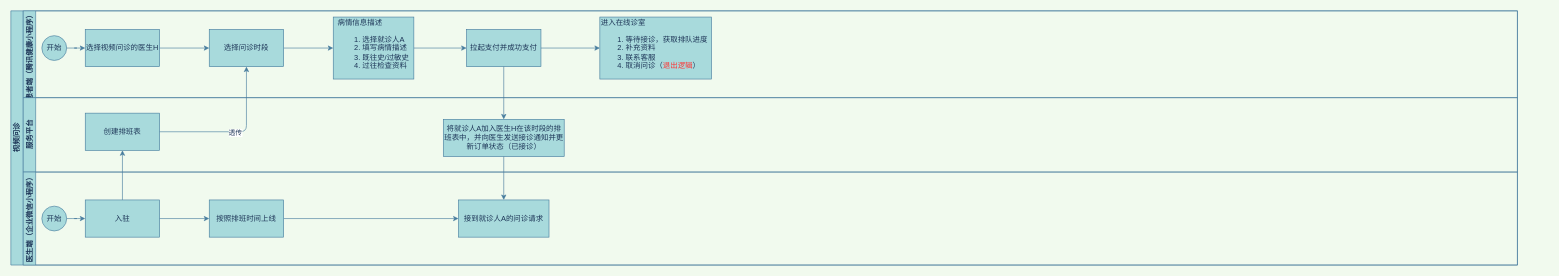
Above: 视频问诊V_1_1.drawio in DongFuDong/flow (draw.io), before the change. Source tidied: cells renumbered, new cells numbered last; positions are measured from the earlier drawing's top-left corner, leaving out a move shared by most shapes. Both pictures are drawn from the tidied source at 62%, with x=0, y=0 at pixel (11, 11).
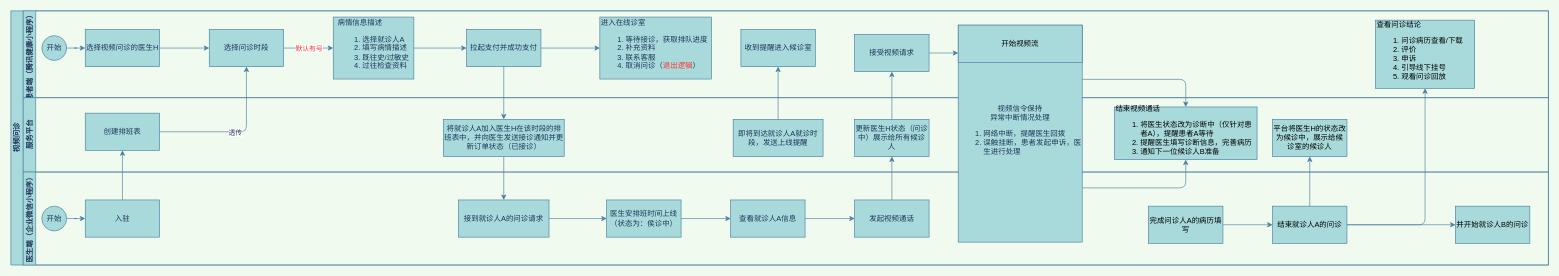
The same page after the edit.

The change refers to these unchanged cells:
```xml
<mxCell id="19" value="入驻" style="whiteSpace=wrap;html=1;fontColor=#1D3557;strokeColor=#457B9D;fillColor=#A8DADC;" parent="16" vertex="1">
  <mxGeometry x="100" y="45" width="120" height="60" as="geometry" />
</mxCell>
<mxCell id="22" value="接到就诊人A的问诊请求" style="whiteSpace=wrap;html=1;fontColor=#1D3557;strokeColor=#457B9D;fillColor=#A8DADC;" parent="16" vertex="1">
  <mxGeometry x="702" y="45" width="146" height="60" as="geometry" />
</mxCell>
<mxCell id="23" style="edgeStyle=orthogonalEdgeStyle;curved=0;rounded=1;sketch=0;jettySize=auto;html=1;fontColor=#1D3557;strokeColor=#457B9D;fillColor=#A8DADC;" parent="1" edge="1" source="24" target="8">
  <mxGeometry relative="1" as="geometry" />
</mxCell>
```

What changed in the source:
```diff
@@
     <mxCell id="2" value="视频问诊" style="swimlane;html=1;horizontal=0;startSize=20;fillColor=#A8DADC;strokeColor=#457B9D;fontColor=#1D3557;align=center;" parent="1" vertex="1">
-      <mxGeometry width="2430" height="410" as="geometry" />
+      <mxGeometry width="2480" height="410" as="geometry" />
     </mxCell>
     <mxCell id="3" value="患者端（腾讯健康小程序）" style="swimlane;html=1;startSize=20;horizontal=0;fillColor=#A8DADC;strokeColor=#457B9D;fontColor=#1D3557;align=right;" parent="2" vertex="1">
-      <mxGeometry x="20" width="2410" height="140" as="geometry" />
+      <mxGeometry x="20" width="2460" height="140" as="geometry" />
     </mxCell>
@@
+    <mxCell id="31" value="收到提醒进入候诊室" style="whiteSpace=wrap;html=1;fontColor=#1D3557;strokeColor=#457B9D;fillColor=#A8DADC;" parent="3" vertex="1">
+      <mxGeometry x="1157.5" y="30" width="120" height="60" as="geometry" />
+    </mxCell>
+    <mxCell id="32" value="&lt;span&gt;查看问诊结论&lt;br&gt;&lt;ol&gt;&lt;li style=&quot;&quot;&gt;&lt;span&gt;问诊病历查看/下载&lt;/span&gt;&lt;/li&gt;&lt;li style=&quot;&quot;&gt;&lt;span&gt;评价&lt;/span&gt;&lt;/li&gt;&lt;li style=&quot;&quot;&gt;&lt;span&gt;申诉&lt;/span&gt;&lt;/li&gt;&lt;li style=&quot;&quot;&gt;&lt;span&gt;引导线下挂号&lt;/span&gt;&lt;/li&gt;&lt;li style=&quot;&quot;&gt;&lt;span&gt;观看问诊回放&lt;/span&gt;&lt;/li&gt;&lt;/ol&gt;&lt;/span&gt;" style="whiteSpace=wrap;html=1;rounded=0;fontColor=#000000;strokeColor=#457B9D;fillColor=#A8DADC;sketch=0;align=left;" parent="3" vertex="1">
+      <mxGeometry x="2181" y="15" width="160" height="110" as="geometry" />
+    </mxCell>
     <mxCell id="12" value="服务平台" style="swimlane;html=1;startSize=20;horizontal=0;fillColor=#A8DADC;strokeColor=#457B9D;fontColor=#1D3557;" parent="2" vertex="1">
-      <mxGeometry x="20" y="140" width="2410" height="120" as="geometry" />
+      <mxGeometry x="20" y="140" width="2460" height="120" as="geometry" />
     </mxCell>
@@
+    <mxCell id="33" value="即将到达就诊人A就诊时段，发送上线提醒" style="whiteSpace=wrap;html=1;fontColor=#1D3557;strokeColor=#457B9D;fillColor=#A8DADC;" parent="12" vertex="1">
+      <mxGeometry x="1145" y="35" width="145" height="60" as="geometry" />
+    </mxCell>
+    <mxCell id="34" value="更新医生H状态（问诊中）展示给所有候诊人" style="whiteSpace=wrap;html=1;fontColor=#1D3557;strokeColor=#457B9D;fillColor=#A8DADC;" parent="12" vertex="1">
+      <mxGeometry x="1341" y="35" width="120" height="60" as="geometry" />
+    </mxCell>
+    <mxCell id="35" value="结束视频通话&lt;br&gt;&lt;ol&gt;&lt;li&gt;将医生状态改为诊断中（仅针对患者A），提醒患者A等待&lt;/li&gt;&lt;li&gt;提醒医生填写诊断信息，完善病历&lt;/li&gt;&lt;li&gt;通知下一位候诊人B准备&lt;/li&gt;&lt;/ol&gt;" style="rounded=0;whiteSpace=wrap;html=1;sketch=0;fontColor=#000000;strokeColor=#457B9D;fillColor=#A8DADC;align=left;" parent="12" vertex="1">
+      <mxGeometry x="1760" y="15" width="230" height="85" as="geometry" />
+    </mxCell>
@@
     <mxCell id="16" value="医生端（企业微信小程序）" style="swimlane;html=1;startSize=20;horizontal=0;fillColor=#A8DADC;strokeColor=#457B9D;fontColor=#1D3557;" parent="2" vertex="1">
-      <mxGeometry x="20" y="260" width="2410" height="150" as="geometry" />
+      <mxGeometry x="20" y="260" width="2460" height="150" as="geometry" />
     </mxCell>
@@
+    <mxCell id="36" style="edgeStyle=orthogonalEdgeStyle;curved=0;rounded=1;sketch=0;jettySize=auto;html=1;fontColor=#FF3333;strokeColor=#457B9D;fillColor=#A8DADC;" parent="16" edge="1" source="22" target="37">
+      <mxGeometry relative="1" as="geometry" />
+    </mxCell>
@@
+    <mxCell id="37" value="医生安排班时间上线（状态为：侯诊中）" style="whiteSpace=wrap;html=1;fontColor=#1D3557;strokeColor=#457B9D;fillColor=#A8DADC;" parent="16" vertex="1">
+      <mxGeometry x="941" y="45" width="120" height="60" as="geometry" />
+    </mxCell>
+    <mxCell id="38" style="edgeStyle=orthogonalEdgeStyle;curved=0;rounded=1;sketch=0;jettySize=auto;html=1;fontColor=#000000;strokeColor=#457B9D;fillColor=#A8DADC;" parent="16" edge="1" source="39" target="41">
+      <mxGeometry relative="1" as="geometry" />
+    </mxCell>
+    <mxCell id="39" value="完成问诊人A的病历填写" style="rounded=0;whiteSpace=wrap;html=1;sketch=0;fontColor=#000000;strokeColor=#457B9D;fillColor=#A8DADC;" parent="16" vertex="1">
+      <mxGeometry x="1815" y="55" width="120" height="60" as="geometry" />
+    </mxCell>
+    <mxCell id="40" style="edgeStyle=orthogonalEdgeStyle;curved=0;rounded=1;sketch=0;jettySize=auto;html=1;fontColor=#000000;strokeColor=#457B9D;fillColor=#A8DADC;" parent="16" edge="1" source="41" target="42">
+      <mxGeometry relative="1" as="geometry" />
+    </mxCell>
+    <mxCell id="41" value="结束就诊人A的问诊" style="whiteSpace=wrap;html=1;rounded=0;fontColor=#000000;strokeColor=#457B9D;fillColor=#A8DADC;sketch=0;" parent="16" vertex="1">
+      <mxGeometry x="2015" y="55" width="120" height="60" as="geometry" />
+    </mxCell>
+    <mxCell id="42" value="&lt;span&gt;并开始就诊人B的问诊&lt;/span&gt;" style="whiteSpace=wrap;html=1;rounded=0;fontColor=#000000;strokeColor=#457B9D;fillColor=#A8DADC;sketch=0;" parent="16" vertex="1">
+      <mxGeometry x="2310" y="55" width="120" height="60" as="geometry" />
+    </mxCell>
+    <mxCell id="43" style="edgeStyle=orthogonalEdgeStyle;curved=0;rounded=1;sketch=0;jettySize=auto;html=1;fontColor=#FF3333;strokeColor=#457B9D;fillColor=#A8DADC;" parent="2" edge="1" source="33" target="31">
+      <mxGeometry relative="1" as="geometry" />
+    </mxCell>
+    <mxCell id="44" style="edgeStyle=orthogonalEdgeStyle;curved=0;rounded=1;sketch=0;jettySize=auto;html=1;exitX=1;exitY=0.5;exitDx=0;exitDy=0;entryX=0.5;entryY=1;entryDx=0;entryDy=0;fontColor=#000000;strokeColor=#457B9D;fillColor=#A8DADC;" parent="2" edge="1" source="41" target="32">
+      <mxGeometry relative="1" as="geometry" />
+    </mxCell>
@@
+    <mxCell id="45" value="默认有号" style="edgeLabel;html=1;align=center;verticalAlign=middle;fontColor=#FF3333;" parent="23" vertex="1">
+      <mxGeometry x="-0.33" y="-1" relative="1" as="geometry">
+        <mxPoint x="13" y="-1" as="offset" />
+      </mxGeometry>
+    </mxCell>
@@
-    <mxCell id="28" style="edgeStyle=orthogonalEdgeStyle;curved=0;rounded=1;sketch=0;jettySize=auto;html=1;fontColor=#FF3333;strokeColor=#457B9D;fillColor=#A8DADC;" parent="1" edge="1" source="29" target="22">
-      <mxGeometry relative="1" as="geometry" />
-    </mxCell>
-    <mxCell id="29" value="按照排班时间上线" style="whiteSpace=wrap;html=1;fontColor=#1D3557;strokeColor=#457B9D;fillColor=#A8DADC;" parent="1" vertex="1">
-      <mxGeometry x="320" y="305" width="120" height="60" as="geometry" />
-    </mxCell>
-    <mxCell id="30" style="edgeStyle=orthogonalEdgeStyle;curved=0;rounded=1;sketch=0;jettySize=auto;html=1;fontColor=#1D3557;strokeColor=#457B9D;fillColor=#A8DADC;" parent="1" edge="1" source="19" target="29">
-      <mxGeometry relative="1" as="geometry" />
-    </mxCell>
+    <mxCell id="46" style="edgeStyle=orthogonalEdgeStyle;curved=0;rounded=1;sketch=0;jettySize=auto;html=1;fontColor=#FF3333;strokeColor=#457B9D;fillColor=#A8DADC;" parent="1" edge="1" source="47" target="50">
+      <mxGeometry relative="1" as="geometry" />
+    </mxCell>
+    <mxCell id="47" value="查看就诊人A信息" style="whiteSpace=wrap;html=1;fontColor=#1D3557;strokeColor=#457B9D;fillColor=#A8DADC;" parent="1" vertex="1">
+      <mxGeometry x="1161" y="305" width="120" height="60" as="geometry" />
+    </mxCell>
+    <mxCell id="48" style="edgeStyle=orthogonalEdgeStyle;curved=0;rounded=1;sketch=0;jettySize=auto;html=1;fontColor=#FF3333;strokeColor=#457B9D;fillColor=#A8DADC;" parent="1" edge="1" source="37" target="47">
+      <mxGeometry relative="1" as="geometry" />
+    </mxCell>
+    <mxCell id="49" style="edgeStyle=orthogonalEdgeStyle;curved=0;rounded=1;sketch=0;jettySize=auto;html=1;fontColor=#FF3333;strokeColor=#457B9D;fillColor=#A8DADC;" parent="1" edge="1" source="50" target="34">
+      <mxGeometry relative="1" as="geometry" />
+    </mxCell>
+    <mxCell id="50" value="发起视频通话" style="whiteSpace=wrap;html=1;fontColor=#1D3557;strokeColor=#457B9D;fillColor=#A8DADC;" parent="1" vertex="1">
+      <mxGeometry x="1361" y="305" width="120" height="60" as="geometry" />
+    </mxCell>
+    <mxCell id="51" style="edgeStyle=orthogonalEdgeStyle;curved=0;rounded=1;sketch=0;jettySize=auto;html=1;exitX=1;exitY=0.5;exitDx=0;exitDy=0;entryX=0;entryY=0.75;entryDx=0;entryDy=0;fontColor=#000000;strokeColor=#457B9D;fillColor=#A8DADC;" parent="1" edge="1" source="52" target="57">
+      <mxGeometry relative="1" as="geometry" />
+    </mxCell>
+    <mxCell id="52" value="接受视频请求" style="whiteSpace=wrap;html=1;fontColor=#1D3557;strokeColor=#457B9D;fillColor=#A8DADC;" parent="1" vertex="1">
+      <mxGeometry x="1361" y="38" width="120" height="60" as="geometry" />
+    </mxCell>
+    <mxCell id="53" style="edgeStyle=orthogonalEdgeStyle;curved=0;rounded=1;sketch=0;jettySize=auto;html=1;fontColor=#FF3333;strokeColor=#457B9D;fillColor=#A8DADC;" parent="1" edge="1" source="34" target="52">
+      <mxGeometry relative="1" as="geometry" />
+    </mxCell>
+    <mxCell id="54" style="edgeStyle=orthogonalEdgeStyle;curved=0;rounded=1;sketch=0;jettySize=auto;html=1;exitX=1;exitY=0.75;exitDx=0;exitDy=0;entryX=0.5;entryY=1;entryDx=0;entryDy=0;fontColor=#000000;strokeColor=#457B9D;fillColor=#A8DADC;" parent="1" edge="1" source="56" target="35">
+      <mxGeometry relative="1" as="geometry" />
+    </mxCell>
+    <mxCell id="55" style="edgeStyle=orthogonalEdgeStyle;curved=0;rounded=1;sketch=0;jettySize=auto;html=1;exitX=1;exitY=0.25;exitDx=0;exitDy=0;entryX=0.5;entryY=0;entryDx=0;entryDy=0;fontColor=#000000;strokeColor=#457B9D;fillColor=#A8DADC;" parent="1" edge="1" source="56" target="35">
+      <mxGeometry relative="1" as="geometry">
+        <Array as="points">
+          <mxPoint x="1895" y="111" />
+        </Array>
+      </mxGeometry>
+    </mxCell>
+    <mxCell id="56" value="视频信令保持&lt;br&gt;异常中断情况处理&lt;br&gt;&lt;ol&gt;&lt;li style=&quot;text-align: justify&quot;&gt;网络中断，提醒医生回拨&lt;/li&gt;&lt;li style=&quot;text-align: justify&quot;&gt;误触挂断，患者发起申诉，医生进行处理&lt;/li&gt;&lt;/ol&gt;" style="whiteSpace=wrap;html=1;fontColor=#1D3557;strokeColor=#457B9D;fillColor=#A8DADC;" parent="1" vertex="1">
+      <mxGeometry x="1528" y="23" width="200" height="350" as="geometry" />
+    </mxCell>
+    <mxCell id="57" value="&lt;font color=&quot;#000000&quot;&gt;开始视频流&lt;/font&gt;" style="rounded=0;whiteSpace=wrap;html=1;sketch=0;fontColor=#FF3333;strokeColor=#457B9D;fillColor=#A8DADC;" parent="1" vertex="1">
+      <mxGeometry x="1528" y="23" width="200" height="60" as="geometry" />
+    </mxCell>
+    <mxCell id="58" value="平台将医生H的状态改为候诊中，展示给候诊室的候诊人" style="whiteSpace=wrap;html=1;rounded=0;fontColor=#000000;strokeColor=#457B9D;fillColor=#A8DADC;sketch=0;" parent="1" vertex="1">
+      <mxGeometry x="2035" y="175" width="120" height="60" as="geometry" />
+    </mxCell>
+    <mxCell id="59" style="edgeStyle=orthogonalEdgeStyle;curved=0;rounded=1;sketch=0;jettySize=auto;html=1;fontColor=#000000;strokeColor=#457B9D;fillColor=#A8DADC;" parent="1" edge="1" source="41" target="58">
+      <mxGeometry relative="1" as="geometry" />
+    </mxCell>
```
